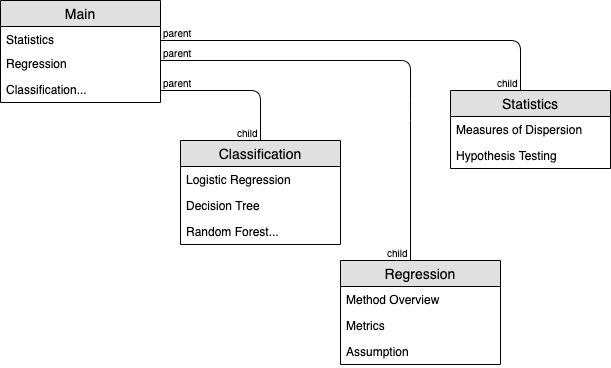
patrickmlong/ListNavTemplate keeps this draw.io diagram as ios_ds_app_scheme.png. Above is the earlier version. Source tidied: cells renumbered, new cells last; positions are measured from the earlier drawing's top-left corner, leaving out a move shared by most shapes. Source of this version:
```xml
<mxGraphModel>
  <root>
    <mxCell id="0" />
    <mxCell id="1" parent="0" />
    <mxCell id="2" value="Main" style="swimlane;fontStyle=0;horizontal=1;startSize=26;fillColor=#e0e0e0;swimlaneFillColor=#ffffff;align=center;fontSize=14;" parent="1" vertex="1">
      <mxGeometry width="160" height="102" as="geometry" />
    </mxCell>
    <mxCell id="3" value="Statistics" style="text;strokeColor=none;fillColor=none;spacingLeft=4;spacingRight=4;overflow=hidden;fontSize=12;" parent="2" vertex="1">
      <mxGeometry y="26" width="160" height="24" as="geometry" />
    </mxCell>
    <mxCell id="4" value="Regression" style="text;strokeColor=none;fillColor=none;spacingLeft=4;spacingRight=4;overflow=hidden;fontSize=12;" parent="2" vertex="1">
      <mxGeometry y="50" width="160" height="26" as="geometry" />
    </mxCell>
    <mxCell id="5" value="Classification..." style="text;strokeColor=none;fillColor=none;spacingLeft=4;spacingRight=4;overflow=hidden;fontSize=12;" parent="2" vertex="1">
      <mxGeometry y="76" width="160" height="26" as="geometry" />
    </mxCell>
    <mxCell id="6" style="endArrow=none;html=1;edgeStyle=orthogonalEdgeStyle;" parent="1" edge="1" target="9">
      <mxGeometry relative="1" as="geometry">
        <mxPoint x="160" y="90" as="sourcePoint" />
      </mxGeometry>
    </mxCell>
    <mxCell id="7" value="parent" style="html=1;align=left;verticalAlign=bottom;labelBackgroundColor=#ffffff;fontSize=10;" parent="6" vertex="1">
      <mxGeometry x="-1" relative="1" as="geometry" />
    </mxCell>
    <mxCell id="8" value="child" style="html=1;align=right;verticalAlign=bottom;labelBackgroundColor=#ffffff;fontSize=10;" parent="6" vertex="1">
      <mxGeometry x="1" relative="1" as="geometry" />
    </mxCell>
    <mxCell id="9" value="Classification" style="swimlane;fontStyle=0;horizontal=1;startSize=26;fillColor=#e0e0e0;swimlaneFillColor=#ffffff;align=center;fontSize=14;" parent="1" vertex="1">
      <mxGeometry x="180" y="140" width="160" height="104" as="geometry" />
    </mxCell>
    <mxCell id="10" value="Logistic Regression" style="text;strokeColor=none;fillColor=none;spacingLeft=4;spacingRight=4;overflow=hidden;points=[[0,0.5],[1,0.5]];portConstraint=eastwest;fontSize=12;" parent="9" vertex="1">
      <mxGeometry y="26" width="160" height="26" as="geometry" />
    </mxCell>
    <mxCell id="11" value="Decision Tree" style="text;strokeColor=none;fillColor=none;spacingLeft=4;spacingRight=4;overflow=hidden;fontSize=12;" parent="9" vertex="1">
      <mxGeometry y="52" width="160" height="26" as="geometry" />
    </mxCell>
    <mxCell id="12" value="Random Forest..." style="text;strokeColor=none;fillColor=none;spacingLeft=4;spacingRight=4;overflow=hidden;fontSize=12;" parent="9" vertex="1">
      <mxGeometry y="78" width="160" height="26" as="geometry" />
    </mxCell>
    <mxCell id="13" style="endArrow=none;html=1;edgeStyle=orthogonalEdgeStyle;" parent="1" edge="1">
      <mxGeometry relative="1" as="geometry">
        <mxPoint x="160" y="60" as="sourcePoint" />
        <mxPoint x="410" y="260" as="targetPoint" />
        <Array as="points">
          <mxPoint x="410" y="60" />
          <mxPoint x="410" y="110" />
        </Array>
      </mxGeometry>
    </mxCell>
    <mxCell id="14" value="parent" style="html=1;align=left;verticalAlign=bottom;labelBackgroundColor=#ffffff;fontSize=10;" parent="13" vertex="1">
      <mxGeometry x="-1" relative="1" as="geometry" />
    </mxCell>
    <mxCell id="15" value="child" style="html=1;align=right;verticalAlign=bottom;labelBackgroundColor=#ffffff;fontSize=10;" parent="13" vertex="1">
      <mxGeometry x="1" relative="1" as="geometry" />
    </mxCell>
    <mxCell id="16" value="Regression" style="swimlane;fontStyle=0;horizontal=1;startSize=26;fillColor=#e0e0e0;swimlaneFillColor=#ffffff;align=center;fontSize=14;" parent="1" vertex="1">
      <mxGeometry x="340" y="260" width="160" height="104" as="geometry" />
    </mxCell>
    <mxCell id="17" value="Method Overview" style="text;strokeColor=none;fillColor=none;spacingLeft=4;spacingRight=4;overflow=hidden;fontSize=12;" parent="16" vertex="1">
      <mxGeometry y="26" width="160" height="26" as="geometry" />
    </mxCell>
    <mxCell id="18" value="Metrics" style="text;strokeColor=none;fillColor=none;spacingLeft=4;spacingRight=4;overflow=hidden;fontSize=12;" parent="16" vertex="1">
      <mxGeometry y="52" width="160" height="26" as="geometry" />
    </mxCell>
    <mxCell id="19" value="Assumption" style="text;strokeColor=none;fillColor=none;spacingLeft=4;spacingRight=4;overflow=hidden;fontSize=12;" parent="16" vertex="1">
      <mxGeometry y="78" width="160" height="26" as="geometry" />
    </mxCell>
    <mxCell id="20" style="endArrow=none;html=1;edgeStyle=orthogonalEdgeStyle;" parent="1" edge="1" target="23">
      <mxGeometry relative="1" as="geometry">
        <mxPoint x="160" y="40" as="sourcePoint" />
        <Array as="points">
          <mxPoint x="520" y="40" />
        </Array>
      </mxGeometry>
    </mxCell>
    <mxCell id="21" value="parent" style="html=1;align=left;verticalAlign=bottom;labelBackgroundColor=#ffffff;fontSize=10;" parent="20" vertex="1">
      <mxGeometry x="-1" relative="1" as="geometry" />
    </mxCell>
    <mxCell id="22" value="child" style="html=1;align=right;verticalAlign=bottom;labelBackgroundColor=#ffffff;fontSize=10;" parent="20" vertex="1">
      <mxGeometry x="1" relative="1" as="geometry" />
    </mxCell>
    <mxCell id="23" value="Statistics" style="swimlane;fontStyle=0;horizontal=1;startSize=26;fillColor=#e0e0e0;swimlaneFillColor=#ffffff;align=center;fontSize=14;" parent="1" vertex="1">
      <mxGeometry x="450" y="90" width="160" height="78" as="geometry" />
    </mxCell>
    <mxCell id="24" value="Measures of Dispersion" style="text;strokeColor=none;fillColor=none;spacingLeft=4;spacingRight=4;overflow=hidden;fontSize=12;" parent="23" vertex="1">
      <mxGeometry y="26" width="160" height="26" as="geometry" />
    </mxCell>
    <mxCell id="25" value="Hypothesis Testing" style="text;strokeColor=none;fillColor=none;spacingLeft=4;spacingRight=4;overflow=hidden;fontSize=12;" parent="23" vertex="1">
      <mxGeometry y="52" width="160" height="26" as="geometry" />
    </mxCell>
  </root>
</mxGraphModel>
```
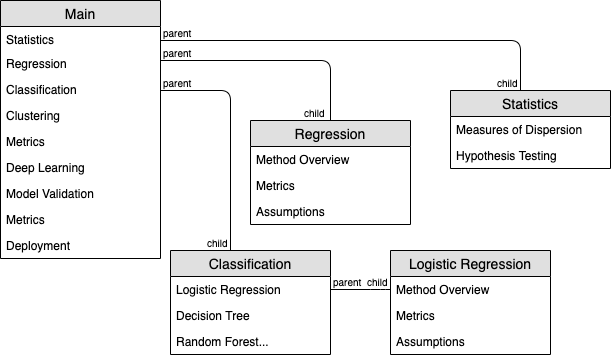
Later version of the same file.

The edit, as a diff of the source:
```diff
@@ -3,7 +3,7 @@
     <mxCell id="0" />
     <mxCell id="1" parent="0" />
     <mxCell id="2" value="Main" style="swimlane;fontStyle=0;horizontal=1;startSize=26;fillColor=#e0e0e0;swimlaneFillColor=#ffffff;align=center;fontSize=14;" parent="1" vertex="1">
-      <mxGeometry width="160" height="102" as="geometry" />
+      <mxGeometry width="160" height="258" as="geometry" />
     </mxCell>
     <mxCell id="3" value="Statistics" style="text;strokeColor=none;fillColor=none;spacingLeft=4;spacingRight=4;overflow=hidden;fontSize=12;" parent="2" vertex="1">
       <mxGeometry y="26" width="160" height="24" as="geometry" />
@@ -11,12 +11,33 @@
     <mxCell id="4" value="Regression" style="text;strokeColor=none;fillColor=none;spacingLeft=4;spacingRight=4;overflow=hidden;fontSize=12;" parent="2" vertex="1">
       <mxGeometry y="50" width="160" height="26" as="geometry" />
     </mxCell>
-    <mxCell id="5" value="Classification..." style="text;strokeColor=none;fillColor=none;spacingLeft=4;spacingRight=4;overflow=hidden;fontSize=12;" parent="2" vertex="1">
+    <mxCell id="5" value="Classification" style="text;strokeColor=none;fillColor=none;spacingLeft=4;spacingRight=4;overflow=hidden;fontSize=12;" parent="2" vertex="1">
       <mxGeometry y="76" width="160" height="26" as="geometry" />
     </mxCell>
+    <mxCell id="26" value="Clustering" style="text;strokeColor=none;fillColor=none;spacingLeft=4;spacingRight=4;overflow=hidden;fontSize=12;" parent="2" vertex="1">
+      <mxGeometry y="102" width="160" height="26" as="geometry" />
+    </mxCell>
+    <mxCell id="27" value="Metrics" style="text;strokeColor=none;fillColor=none;spacingLeft=4;spacingRight=4;overflow=hidden;fontSize=12;" parent="2" vertex="1">
+      <mxGeometry y="128" width="160" height="26" as="geometry" />
+    </mxCell>
+    <mxCell id="28" value="Deep Learning" style="text;strokeColor=none;fillColor=none;spacingLeft=4;spacingRight=4;overflow=hidden;fontSize=12;" parent="2" vertex="1">
+      <mxGeometry y="154" width="160" height="26" as="geometry" />
+    </mxCell>
+    <mxCell id="29" value="Model Validation" style="text;strokeColor=none;fillColor=none;spacingLeft=4;spacingRight=4;overflow=hidden;fontSize=12;" parent="2" vertex="1">
+      <mxGeometry y="180" width="160" height="26" as="geometry" />
+    </mxCell>
+    <mxCell id="30" value="Metrics" style="text;strokeColor=none;fillColor=none;spacingLeft=4;spacingRight=4;overflow=hidden;fontSize=12;" parent="2" vertex="1">
+      <mxGeometry y="206" width="160" height="26" as="geometry" />
+    </mxCell>
+    <mxCell id="31" value="Deployment" style="text;strokeColor=none;fillColor=none;spacingLeft=4;spacingRight=4;overflow=hidden;fontSize=12;" parent="2" vertex="1">
+      <mxGeometry y="232" width="160" height="26" as="geometry" />
+    </mxCell>
     <mxCell id="6" style="endArrow=none;html=1;edgeStyle=orthogonalEdgeStyle;" parent="1" edge="1" target="9">
       <mxGeometry relative="1" as="geometry">
         <mxPoint x="160" y="90" as="sourcePoint" />
+        <Array as="points">
+          <mxPoint x="230" y="90" />
+        </Array>
       </mxGeometry>
     </mxCell>
     <mxCell id="7" value="parent" style="html=1;align=left;verticalAlign=bottom;labelBackgroundColor=#ffffff;fontSize=10;" parent="6" vertex="1">
@@ -26,7 +47,7 @@
       <mxGeometry x="1" relative="1" as="geometry" />
     </mxCell>
     <mxCell id="9" value="Classification" style="swimlane;fontStyle=0;horizontal=1;startSize=26;fillColor=#e0e0e0;swimlaneFillColor=#ffffff;align=center;fontSize=14;" parent="1" vertex="1">
-      <mxGeometry x="180" y="140" width="160" height="104" as="geometry" />
+      <mxGeometry x="170" y="250" width="160" height="104" as="geometry" />
     </mxCell>
     <mxCell id="10" value="Logistic Regression" style="text;strokeColor=none;fillColor=none;spacingLeft=4;spacingRight=4;overflow=hidden;points=[[0,0.5],[1,0.5]];portConstraint=eastwest;fontSize=12;" parent="9" vertex="1">
       <mxGeometry y="26" width="160" height="26" as="geometry" />
@@ -37,13 +58,11 @@
     <mxCell id="12" value="Random Forest..." style="text;strokeColor=none;fillColor=none;spacingLeft=4;spacingRight=4;overflow=hidden;fontSize=12;" parent="9" vertex="1">
       <mxGeometry y="78" width="160" height="26" as="geometry" />
     </mxCell>
-    <mxCell id="13" style="endArrow=none;html=1;edgeStyle=orthogonalEdgeStyle;" parent="1" edge="1">
+    <mxCell id="13" style="endArrow=none;html=1;edgeStyle=orthogonalEdgeStyle;entryX=0.5;entryY=0;entryDx=0;entryDy=0;" parent="1" edge="1" target="16">
       <mxGeometry relative="1" as="geometry">
         <mxPoint x="160" y="60" as="sourcePoint" />
-        <mxPoint x="410" y="260" as="targetPoint" />
         <Array as="points">
-          <mxPoint x="410" y="60" />
-          <mxPoint x="410" y="110" />
+          <mxPoint x="330" y="60" />
         </Array>
       </mxGeometry>
     </mxCell>
@@ -51,10 +70,12 @@
       <mxGeometry x="-1" relative="1" as="geometry" />
     </mxCell>
     <mxCell id="15" value="child" style="html=1;align=right;verticalAlign=bottom;labelBackgroundColor=#ffffff;fontSize=10;" parent="13" vertex="1">
-      <mxGeometry x="1" relative="1" as="geometry" />
+      <mxGeometry x="1" relative="1" as="geometry">
+        <mxPoint x="-3" as="offset" />
+      </mxGeometry>
     </mxCell>
     <mxCell id="16" value="Regression" style="swimlane;fontStyle=0;horizontal=1;startSize=26;fillColor=#e0e0e0;swimlaneFillColor=#ffffff;align=center;fontSize=14;" parent="1" vertex="1">
-      <mxGeometry x="340" y="260" width="160" height="104" as="geometry" />
+      <mxGeometry x="250" y="120" width="160" height="104" as="geometry" />
     </mxCell>
     <mxCell id="17" value="Method Overview" style="text;strokeColor=none;fillColor=none;spacingLeft=4;spacingRight=4;overflow=hidden;fontSize=12;" parent="16" vertex="1">
       <mxGeometry y="26" width="160" height="26" as="geometry" />
@@ -62,7 +83,7 @@
     <mxCell id="18" value="Metrics" style="text;strokeColor=none;fillColor=none;spacingLeft=4;spacingRight=4;overflow=hidden;fontSize=12;" parent="16" vertex="1">
       <mxGeometry y="52" width="160" height="26" as="geometry" />
     </mxCell>
-    <mxCell id="19" value="Assumption" style="text;strokeColor=none;fillColor=none;spacingLeft=4;spacingRight=4;overflow=hidden;fontSize=12;" parent="16" vertex="1">
+    <mxCell id="19" value="Assumptions" style="text;strokeColor=none;fillColor=none;spacingLeft=4;spacingRight=4;overflow=hidden;fontSize=12;" parent="16" vertex="1">
       <mxGeometry y="78" width="160" height="26" as="geometry" />
     </mxCell>
     <mxCell id="20" style="endArrow=none;html=1;edgeStyle=orthogonalEdgeStyle;" parent="1" edge="1" target="23">
@@ -88,5 +109,31 @@
     <mxCell id="25" value="Hypothesis Testing" style="text;strokeColor=none;fillColor=none;spacingLeft=4;spacingRight=4;overflow=hidden;fontSize=12;" parent="23" vertex="1">
       <mxGeometry y="52" width="160" height="26" as="geometry" />
     </mxCell>
+    <mxCell id="32" style="endArrow=none;html=1;edgeStyle=orthogonalEdgeStyle;exitX=1;exitY=0.5;exitDx=0;exitDy=0;entryX=0;entryY=0.5;entryDx=0;entryDy=0;" parent="1" edge="1" source="10" target="36">
+      <mxGeometry relative="1" as="geometry">
+        <Array as="points">
+          <mxPoint x="380" y="289" />
+          <mxPoint x="380" y="289" />
+        </Array>
+      </mxGeometry>
+    </mxCell>
+    <mxCell id="33" value="parent" style="html=1;align=left;verticalAlign=bottom;labelBackgroundColor=#ffffff;fontSize=10;" parent="32" vertex="1">
+      <mxGeometry x="-1" relative="1" as="geometry" />
+    </mxCell>
+    <mxCell id="34" value="child" style="html=1;align=right;verticalAlign=bottom;labelBackgroundColor=#ffffff;fontSize=10;direction=south;" parent="32" vertex="1">
+      <mxGeometry x="1" relative="1" as="geometry" />
+    </mxCell>
+    <mxCell id="35" value="Logistic Regression" style="swimlane;fontStyle=0;horizontal=1;startSize=26;fillColor=#e0e0e0;swimlaneFillColor=#ffffff;align=center;fontSize=14;" parent="1" vertex="1">
+      <mxGeometry x="390" y="250" width="160" height="104" as="geometry" />
+    </mxCell>
+    <mxCell id="36" value="Method Overview" style="text;strokeColor=none;fillColor=none;spacingLeft=4;spacingRight=4;overflow=hidden;points=[[0,0.5],[1,0.5]];portConstraint=eastwest;fontSize=12;" parent="35" vertex="1">
+      <mxGeometry y="26" width="160" height="26" as="geometry" />
+    </mxCell>
+    <mxCell id="37" value="Metrics" style="text;strokeColor=none;fillColor=none;spacingLeft=4;spacingRight=4;overflow=hidden;fontSize=12;" parent="35" vertex="1">
+      <mxGeometry y="52" width="160" height="26" as="geometry" />
+    </mxCell>
+    <mxCell id="38" value="Assumptions" style="text;strokeColor=none;fillColor=none;spacingLeft=4;spacingRight=4;overflow=hidden;fontSize=12;" parent="35" vertex="1">
+      <mxGeometry y="78" width="160" height="26" as="geometry" />
+    </mxCell>
   </root>
 </mxGraphModel>
```
